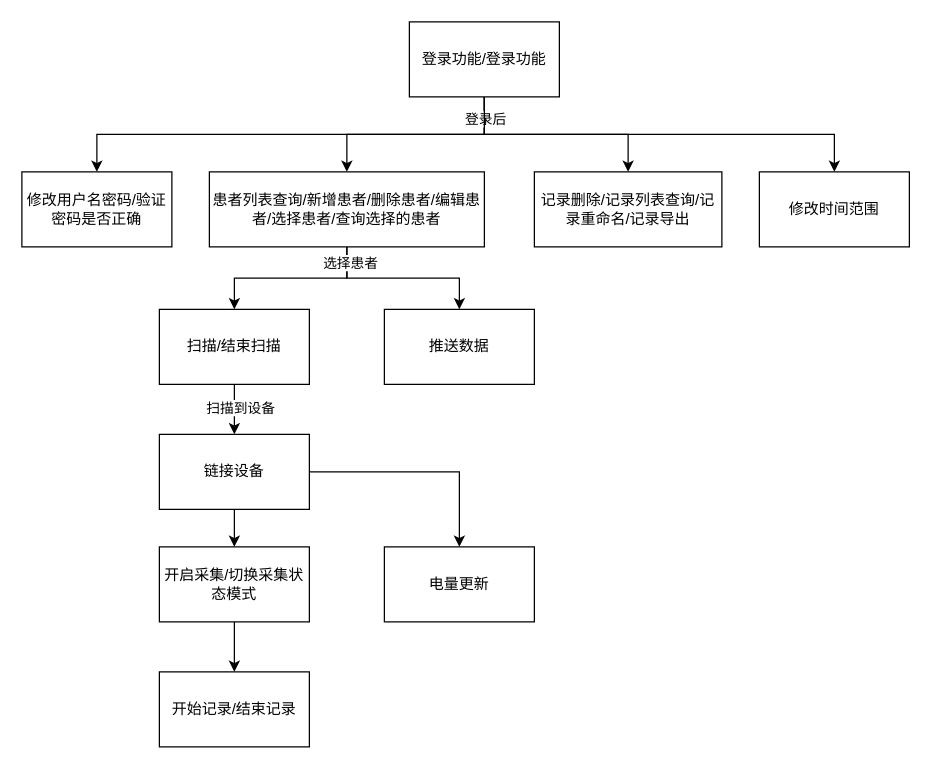
yz360307/draw keeps this draw.io diagram as 概念设计-系统层次结构图.drawio. Above is the earlier version. Source tidied: cells renumbered, new cells numbered last; positions are measured from the earlier drawing's top-left corner, leaving out a move shared by most shapes. Both pictures are drawn from the tidied source at 125%, with x=0, y=0 at pixel (21, 21).
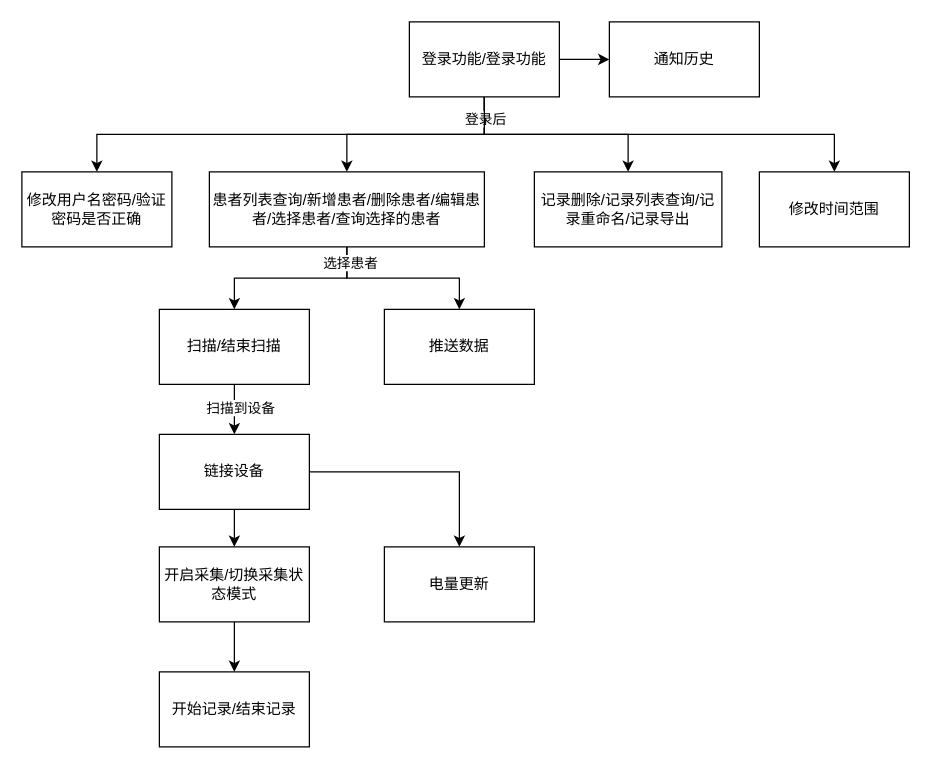
The same diagram, later.

Commit message:
更新概念设计-系统层次结构图.drawio

Unchanged cells that the change refers to:
```xml
<mxCell id="7" value="登录功能/登录功能" style="rounded=0;whiteSpace=wrap;html=1;" parent="1" vertex="1">
  <mxGeometry x="310" width="120" height="60" as="geometry" />
</mxCell>
```

Change to the diagram source:
```diff
@@
+    <mxCell id="26" style="edgeStyle=orthogonalEdgeStyle;rounded=0;jettySize=auto;html=1;" parent="1" edge="1" source="7" target="27">
+      <mxGeometry relative="1" as="geometry" />
+    </mxCell>
@@
+    <mxCell id="27" value="通知历史" style="whiteSpace=wrap;html=1;rounded=0;" parent="1" vertex="1">
+      <mxGeometry x="470" width="120" height="60" as="geometry" />
+    </mxCell>
```
